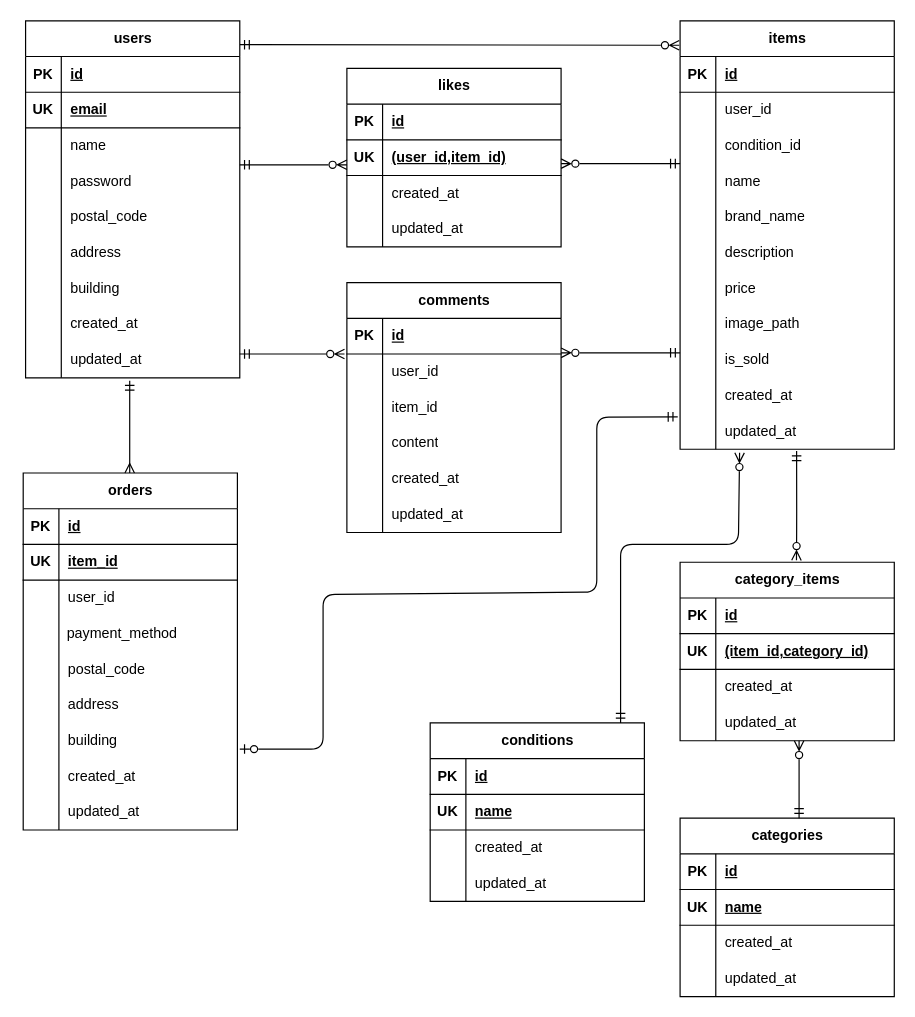
This is er.drawio from ayano-0819/coachtech-furima, a draw.io file, before an edit. Source tidied: cells renumbered, new cells numbered last; positions are measured from the earlier drawing's top-left corner, leaving out a move shared by most shapes. Both pictures are drawn from the tidied source at 119%, with x=0, y=0 at pixel (23, 20).
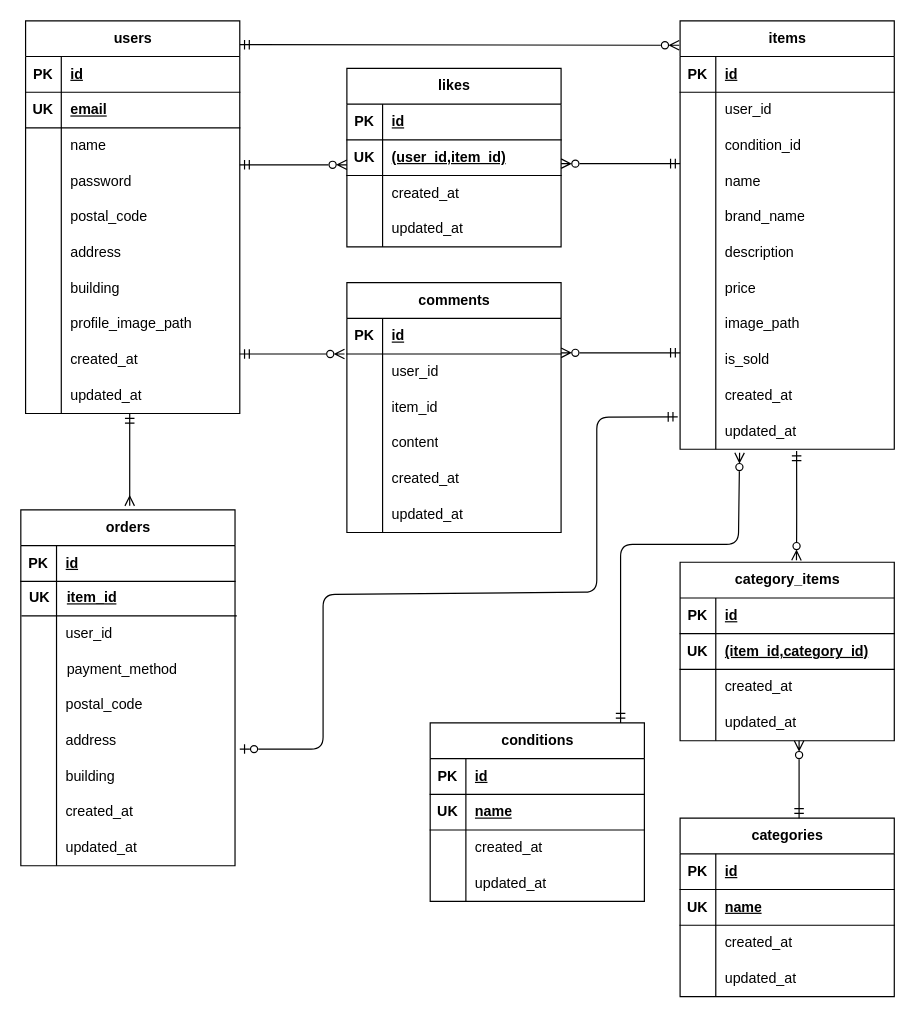
The same page after the edit.

Diff of the diagram source:
```diff
@@
     <mxCell id="3" value="users" style="shape=table;startSize=30;childLayout=tableLayout;rowLines=0;fontStyle=1;align=center;html=1;" parent="1" vertex="1">
-      <mxGeometry x="2" width="180" height="300" as="geometry" />
+      <mxGeometry x="2" width="180" height="330" as="geometry" />
     </mxCell>
@@
+    <mxCell id="183" style="shape=tableRow;horizontal=0;startSize=0;swimlaneHead=0;swimlaneBody=0;fillColor=none;top=0;left=0;right=0;bottom=0;" parent="3" vertex="1">
+      <mxGeometry y="240" width="180" height="30" as="geometry" />
+    </mxCell>
+    <mxCell id="184" style="shape=partialRectangle;fillColor=none;top=0;left=0;bottom=0;right=0;overflow=hidden;whiteSpace=wrap;html=1;" parent="183" vertex="1">
+      <mxGeometry width="30" height="30" as="geometry" />
+    </mxCell>
+    <mxCell id="185" value="profile_image_path" style="shape=partialRectangle;fillColor=none;top=0;left=0;bottom=0;right=0;align=left;spacingLeft=6;overflow=hidden;whiteSpace=wrap;html=1;" parent="183" vertex="1">
+      <mxGeometry x="30" width="150" height="30" as="geometry" />
+    </mxCell>
     <mxCell id="25" style="shape=tableRow;horizontal=0;startSize=0;swimlaneHead=0;swimlaneBody=0;fillColor=none;top=0;left=0;right=0;bottom=0;" parent="3" vertex="1">
-      <mxGeometry y="240" width="180" height="30" as="geometry" />
+      <mxGeometry y="270" width="180" height="30" as="geometry" />
     </mxCell>
@@
     <mxCell id="28" style="shape=tableRow;horizontal=0;startSize=0;swimlaneHead=0;swimlaneBody=0;fillColor=none;top=0;left=0;right=0;bottom=0;" parent="3" vertex="1">
-      <mxGeometry y="270" width="180" height="30" as="geometry" />
+      <mxGeometry y="300" width="180" height="30" as="geometry" />
     </mxCell>
@@
     <mxCell id="108" value="orders" style="shape=table;startSize=30;childLayout=tableLayout;rowLines=0;fontStyle=1;align=center;html=1;" parent="1" vertex="1">
-      <mxGeometry y="380" width="180" height="300" as="geometry" />
+      <mxGeometry x="-2" y="411" width="180" height="299" as="geometry" />
     </mxCell>
@@
     <mxCell id="112" style="shape=tableRow;horizontal=0;startSize=0;swimlaneHead=0;swimlaneBody=0;fillColor=none;top=0;left=0;right=0;bottom=0;" parent="108" vertex="1">
-      <mxGeometry y="60" width="180" height="30" as="geometry" />
+      <mxGeometry y="60" width="180" height="29" as="geometry" />
     </mxCell>
     <mxCell id="113" style="shape=partialRectangle;fillColor=none;top=0;left=0;bottom=0;right=0;overflow=hidden;whiteSpace=wrap;html=1;" parent="112" vertex="1">
-      <mxGeometry width="30" height="30" as="geometry" />
+      <mxGeometry width="30" height="29" as="geometry" />
     </mxCell>
     <mxCell id="114" style="shape=partialRectangle;fillColor=none;top=0;left=0;bottom=0;right=0;align=left;spacingLeft=6;overflow=hidden;whiteSpace=wrap;html=1;" parent="112" vertex="1">
-      <mxGeometry x="30" width="150" height="30" as="geometry" />
+      <mxGeometry x="30" width="150" height="29" as="geometry" />
     </mxCell>
     <mxCell id="115" style="shape=tableRow;horizontal=0;startSize=0;swimlaneHead=0;swimlaneBody=0;fillColor=none;top=0;left=0;right=0;bottom=0;" parent="108" vertex="1">
-      <mxGeometry y="90" width="180" height="30" as="geometry" />
+      <mxGeometry y="89" width="180" height="30" as="geometry" />
     </mxCell>
@@
     <mxCell id="118" style="shape=tableRow;horizontal=0;startSize=0;swimlaneHead=0;swimlaneBody=0;fillColor=none;top=0;left=0;right=0;bottom=0;" parent="108" vertex="1">
-      <mxGeometry y="120" width="180" height="30" as="geometry" />
+      <mxGeometry y="119" width="180" height="30" as="geometry" />
     </mxCell>
@@
     <mxCell id="121" style="shape=tableRow;horizontal=0;startSize=0;swimlaneHead=0;swimlaneBody=0;fillColor=none;top=0;left=0;right=0;bottom=0;" parent="108" vertex="1">
-      <mxGeometry y="150" width="180" height="30" as="geometry" />
+      <mxGeometry y="149" width="180" height="30" as="geometry" />
     </mxCell>
@@
     <mxCell id="124" style="shape=tableRow;horizontal=0;startSize=0;swimlaneHead=0;swimlaneBody=0;fillColor=none;top=0;left=0;right=0;bottom=0;" parent="108" vertex="1">
-      <mxGeometry y="180" width="180" height="30" as="geometry" />
+      <mxGeometry y="179" width="180" height="30" as="geometry" />
     </mxCell>
@@
     <mxCell id="127" style="shape=tableRow;horizontal=0;startSize=0;swimlaneHead=0;swimlaneBody=0;fillColor=none;top=0;left=0;right=0;bottom=0;" parent="108" vertex="1">
-      <mxGeometry y="210" width="180" height="30" as="geometry" />
+      <mxGeometry y="209" width="180" height="30" as="geometry" />
     </mxCell>
@@
     <mxCell id="130" style="shape=tableRow;horizontal=0;startSize=0;swimlaneHead=0;swimlaneBody=0;fillColor=none;top=0;left=0;right=0;bottom=0;" parent="108" vertex="1">
-      <mxGeometry y="240" width="180" height="30" as="geometry" />
+      <mxGeometry y="239" width="180" height="30" as="geometry" />
     </mxCell>
@@
     <mxCell id="133" style="shape=tableRow;horizontal=0;startSize=0;swimlaneHead=0;swimlaneBody=0;fillColor=none;top=0;left=0;right=0;bottom=0;" parent="108" vertex="1">
-      <mxGeometry y="270" width="180" height="30" as="geometry" />
+      <mxGeometry y="269" width="180" height="30" as="geometry" />
     </mxCell>
@@
     <mxCell id="136" style="html=1;jumpStyle=gap;endArrow=ERmany;endFill=0;startArrow=ERmandOne;startFill=0;entryX=0.289;entryY=0;entryDx=0;entryDy=0;entryPerimeter=0;exitX=0.278;exitY=1.08;exitDx=0;exitDy=0;exitPerimeter=0;" parent="1" edge="1">
       <mxGeometry relative="1" as="geometry">
-        <mxPoint x="89.5" y="302.4" as="sourcePoint" />
-        <mxPoint x="89.5" y="380" as="targetPoint" />
+        <mxPoint x="89.5" y="330" as="sourcePoint" />
+        <mxPoint x="89.5" y="407.6" as="targetPoint" />
       </mxGeometry>
     </mxCell>
@@
     <mxCell id="138" value="payment_method" style="shape=partialRectangle;fillColor=none;top=0;left=0;bottom=0;right=0;align=left;spacingLeft=6;overflow=hidden;whiteSpace=wrap;html=1;" parent="1" vertex="1">
-      <mxGeometry x="29" y="500" width="150" height="30" as="geometry" />
+      <mxGeometry x="29" y="530" width="150" height="30" as="geometry" />
     </mxCell>
@@
     <mxCell id="172" style="shape=tableRow;horizontal=0;startSize=0;swimlaneHead=0;swimlaneBody=0;fillColor=none;top=0;left=0;right=0;bottom=1;" parent="1" vertex="1">
-      <mxGeometry y="440" width="180" height="30" as="geometry" />
+      <mxGeometry x="-1" y="470" width="180" height="30" as="geometry" />
     </mxCell>
@@
-    <mxCell id="174" value="item_id" style="shape=partialRectangle;fillColor=none;top=0;left=0;bottom=0;right=0;align=left;spacingLeft=6;fontStyle=5;overflow=hidden;whiteSpace=wrap;html=1;strokeColor=default;" parent="172" vertex="1">
-      <mxGeometry x="30" width="150" height="30" as="geometry" />
-    </mxCell>
@@
+    <mxCell id="174" value="item_id" style="shape=partialRectangle;fillColor=none;top=0;left=0;bottom=0;right=0;align=left;spacingLeft=6;fontStyle=5;overflow=hidden;whiteSpace=wrap;html=1;strokeColor=default;" parent="1" vertex="1">
+      <mxGeometry x="29" y="470" width="151" height="30" as="geometry" />
+    </mxCell>
```
